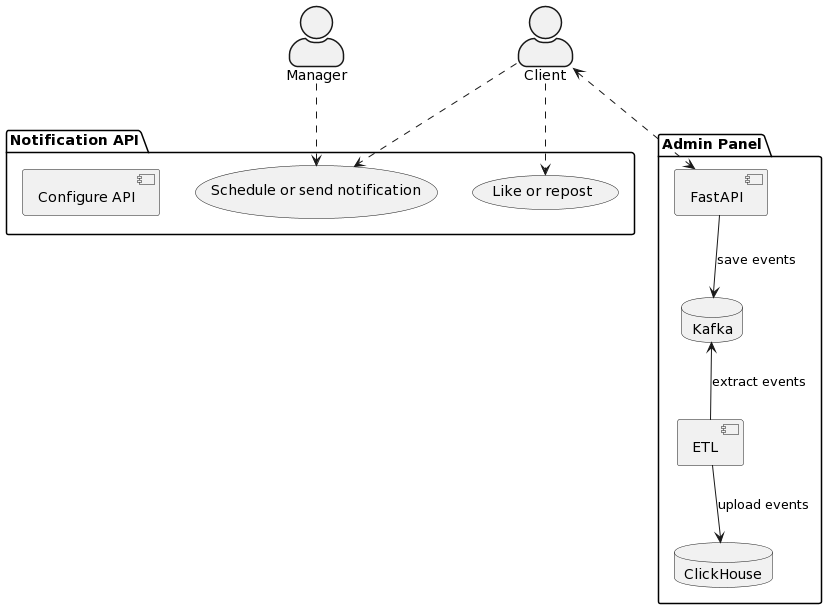
ilya-spy/notifications_sprint_1 keeps this PlantUML diagram as doc/usecases/solutions.png. Above is the earlier version.
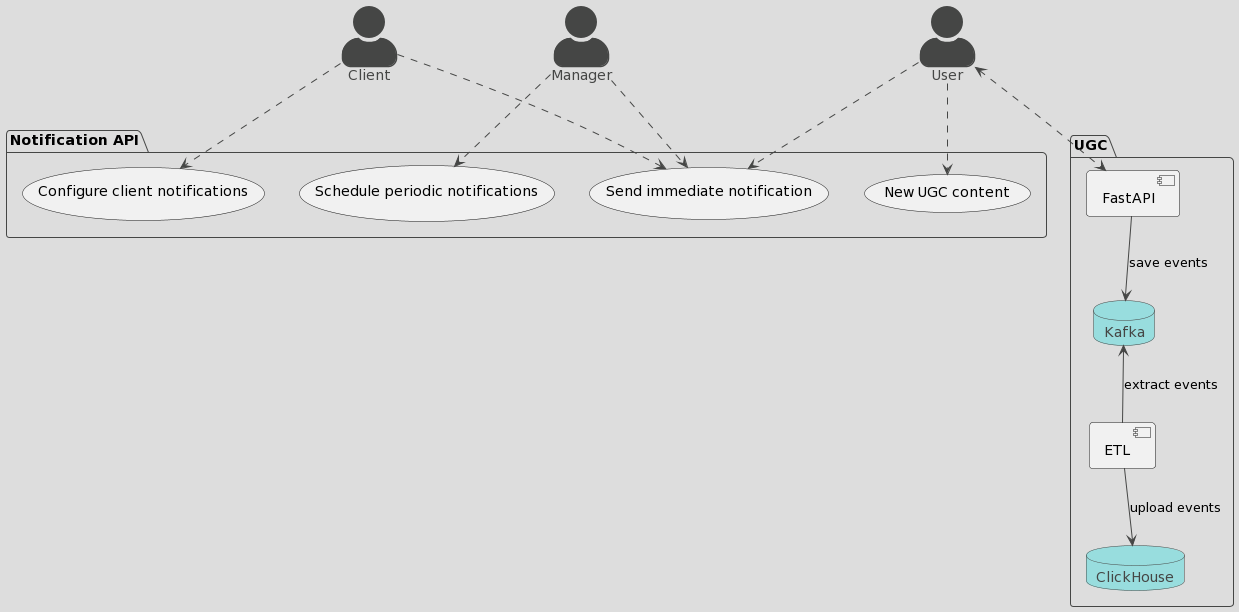
Later version of the same file.

Commit message:
diagram with ugc

Change to the diagram source:
```diff
@@ -1,18 +1,21 @@
 @startuml
 skinparam actorStyle awesome
+!theme toy
 
 
 actor Manager
 actor Client
-
+actor User
 
 package "Notification API" {
-    "Like or repost" as (Reaction)
-    "Schedule or send notification" as (Notification)
-    component "Configure API" as config_api
+    "New UGC content" as (Reaction)
+    "Schedule periodic notifications" as (Periodic)
+    "Send immediate notification" as (Notification)
+    "Configure client notifications" as (Account)
+
 }
 
-package "Admin Panel" {
+package "UGC" {
     component FastAPI as ugc_gate
     database Kafka as ugc_kafka
     component ETL as ugc_etl
@@ -20,12 +23,17 @@
 }
 
 
-Client ..> (Reaction)
+User ..> (Notification)
+User ..> (Reaction)
+User <..> ugc_gate
+
 Client ..> (Notification)
+Client ..> (Account)
 
+Manager ..> (Periodic)
 Manager ..> (Notification)
+
 ugc_gate --> ugc_kafka: save events
 ugc_kafka <-- ugc_etl: extract events
 ugc_etl --> ugc_clickhouse: upload events
-Client <..> ugc_gate
 @enduml
```
